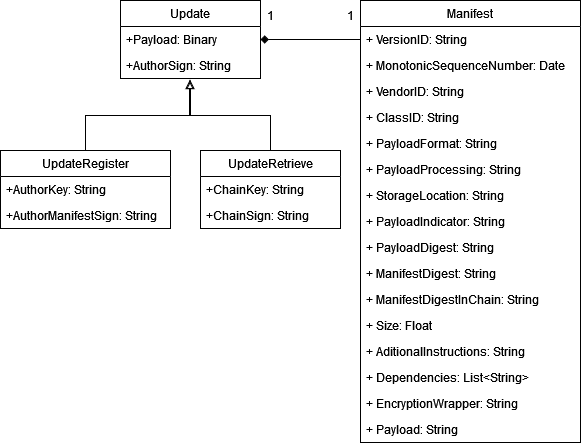
This is DataStructures/Update/Update.drawio.png from sfl0r3nz05/DistributedBchFWArchIoT, a draw.io export, as it was before one commit. Source tidied: cells renumbered, new cells last; positions are measured from the earlier drawing's top-left corner, leaving out a move shared by most shapes.
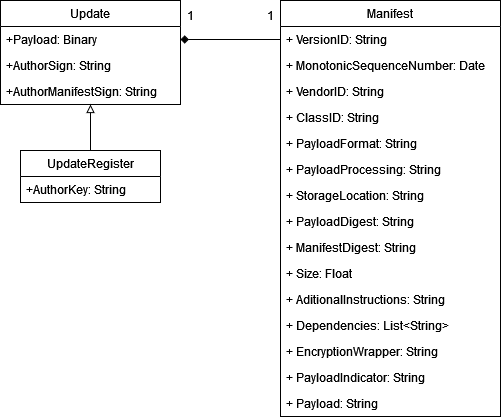
The same file after the commit.

What changed in the source:
```diff
@@ -3,7 +3,7 @@
     <mxCell id="0" />
     <mxCell id="1" parent="0" />
     <mxCell id="2" value="Manifest" style="swimlane;fontStyle=0;horizontal=1;startSize=26;fillColor=none;" parent="1" vertex="1">
-      <mxGeometry x="360" width="220" height="442" as="geometry" />
+      <mxGeometry x="360" width="220" height="416" as="geometry" />
     </mxCell>
     <mxCell id="3" value="+ VersionID: String" style="text;strokeColor=none;fillColor=none;align=left;verticalAlign=top;spacingLeft=4;spacingRight=4;overflow=hidden;points=[[0,0.5],[1,0.5]];portConstraint=eastwest;" parent="2" vertex="1">
       <mxGeometry y="26" width="220" height="26" as="geometry" />
@@ -26,42 +26,42 @@
     <mxCell id="9" value="+ StorageLocation: String" style="text;strokeColor=none;fillColor=none;align=left;verticalAlign=top;spacingLeft=4;spacingRight=4;overflow=hidden;" parent="2" vertex="1">
       <mxGeometry y="182" width="220" height="26" as="geometry" />
     </mxCell>
-    <mxCell id="10" value="+ PayloadIndicator: String" style="text;strokeColor=none;fillColor=none;align=left;verticalAlign=top;spacingLeft=4;spacingRight=4;overflow=hidden;" parent="2" vertex="1">
-      <mxGeometry y="208" width="220" height="26" as="geometry" />
-    </mxCell>
     <mxCell id="11" value="+ PayloadDigest: String" style="text;strokeColor=none;fillColor=none;align=left;verticalAlign=top;spacingLeft=4;spacingRight=4;overflow=hidden;" parent="2" vertex="1">
-      <mxGeometry y="234" width="220" height="26" as="geometry" />
+      <mxGeometry y="208" width="220" height="26" as="geometry" />
     </mxCell>
     <mxCell id="12" value="+ ManifestDigest: String" style="text;strokeColor=none;fillColor=none;align=left;verticalAlign=top;spacingLeft=4;spacingRight=4;overflow=hidden;" parent="2" vertex="1">
-      <mxGeometry y="260" width="220" height="26" as="geometry" />
+      <mxGeometry y="234" width="220" height="26" as="geometry" />
     </mxCell>
-    <mxCell id="13" value="+ ManifestDigestInChain: String" style="text;strokeColor=none;fillColor=none;align=left;verticalAlign=top;spacingLeft=4;spacingRight=4;overflow=hidden;" parent="2" vertex="1">
-      <mxGeometry y="286" width="220" height="26" as="geometry" />
-    </mxCell>
     <mxCell id="14" value="+ Size: Float" style="text;strokeColor=none;fillColor=none;align=left;verticalAlign=top;spacingLeft=4;spacingRight=4;overflow=hidden;" parent="2" vertex="1">
-      <mxGeometry y="312" width="220" height="26" as="geometry" />
+      <mxGeometry y="260" width="220" height="26" as="geometry" />
     </mxCell>
     <mxCell id="15" value="+ AditionalInstructions: String" style="text;strokeColor=none;fillColor=none;align=left;verticalAlign=top;spacingLeft=4;spacingRight=4;overflow=hidden;" parent="2" vertex="1">
-      <mxGeometry y="338" width="220" height="26" as="geometry" />
+      <mxGeometry y="286" width="220" height="26" as="geometry" />
     </mxCell>
     <mxCell id="16" value="+ Dependencies: List&lt;String&gt;" style="text;strokeColor=none;fillColor=none;align=left;verticalAlign=top;spacingLeft=4;spacingRight=4;overflow=hidden;" parent="2" vertex="1">
-      <mxGeometry y="364" width="220" height="26" as="geometry" />
+      <mxGeometry y="312" width="220" height="26" as="geometry" />
     </mxCell>
     <mxCell id="17" value="+ EncryptionWrapper: String" style="text;strokeColor=none;fillColor=none;align=left;verticalAlign=top;spacingLeft=4;spacingRight=4;overflow=hidden;" parent="2" vertex="1">
-      <mxGeometry y="390" width="220" height="26" as="geometry" />
+      <mxGeometry y="338" width="220" height="26" as="geometry" />
     </mxCell>
+    <mxCell id="10" value="+ PayloadIndicator: String" style="text;strokeColor=none;fillColor=none;align=left;verticalAlign=top;spacingLeft=4;spacingRight=4;overflow=hidden;" parent="2" vertex="1">
+      <mxGeometry y="364" width="220" height="26" as="geometry" />
+    </mxCell>
     <mxCell id="18" value="+ Payload: String" style="text;strokeColor=none;fillColor=none;align=left;verticalAlign=top;spacingLeft=4;spacingRight=4;overflow=hidden;" parent="2" vertex="1">
-      <mxGeometry y="416" width="220" height="26" as="geometry" />
+      <mxGeometry y="390" width="220" height="26" as="geometry" />
     </mxCell>
     <mxCell id="19" value="Update" style="swimlane;fontStyle=0;horizontal=1;startSize=26;fillColor=none;" parent="1" vertex="1">
-      <mxGeometry x="120" width="140" height="78" as="geometry" />
+      <mxGeometry x="80" width="180" height="104" as="geometry" />
     </mxCell>
     <mxCell id="20" value="+Payload: Binary" style="text;strokeColor=none;fillColor=none;align=left;verticalAlign=top;spacingLeft=4;spacingRight=4;overflow=hidden;points=[[0,0.5],[1,0.5]];portConstraint=eastwest;" parent="19" vertex="1">
-      <mxGeometry y="26" width="140" height="26" as="geometry" />
+      <mxGeometry y="26" width="180" height="26" as="geometry" />
     </mxCell>
     <mxCell id="21" value="+AuthorSign: String" style="text;strokeColor=none;fillColor=none;align=left;verticalAlign=top;spacingLeft=4;spacingRight=4;overflow=hidden;" parent="19" vertex="1">
-      <mxGeometry y="52" width="140" height="26" as="geometry" />
+      <mxGeometry y="52" width="180" height="26" as="geometry" />
     </mxCell>
+    <mxCell id="28" value="+AuthorManifestSign: String" style="text;strokeColor=none;fillColor=none;align=left;verticalAlign=top;spacingLeft=4;spacingRight=4;overflow=hidden;" parent="19" vertex="1">
+      <mxGeometry y="78" width="180" height="26" as="geometry" />
+    </mxCell>
     <mxCell id="22" style="edgeStyle=orthogonalEdgeStyle;rounded=0;jettySize=auto;html=1;exitX=0;exitY=0.5;exitDx=0;exitDy=0;entryX=1;entryY=0.5;entryDx=0;entryDy=0;endArrow=diamond;endFill=1;" parent="1" edge="1" source="3" target="20">
       <mxGeometry relative="1" as="geometry" />
     </mxCell>
@@ -71,33 +71,14 @@
     <mxCell id="24" value="1" style="text;html=1;strokeColor=none;fillColor=none;align=center;verticalAlign=middle;whiteSpace=wrap;rounded=0;" parent="1" vertex="1">
       <mxGeometry x="330" width="40" height="30" as="geometry" />
     </mxCell>
-    <mxCell id="25" style="edgeStyle=orthogonalEdgeStyle;rounded=0;jettySize=auto;html=1;exitX=0.5;exitY=0;exitDx=0;exitDy=0;endArrow=block;endFill=0;" parent="1" edge="1" source="26">
-      <mxGeometry relative="1" as="geometry">
-        <mxPoint x="189" y="80" as="targetPoint" />
-      </mxGeometry>
+    <mxCell id="25" style="edgeStyle=orthogonalEdgeStyle;rounded=0;jettySize=auto;html=1;exitX=0.5;exitY=0;exitDx=0;exitDy=0;endArrow=block;endFill=0;entryX=0.5;entryY=1;entryDx=0;entryDy=0;" parent="1" edge="1" source="26" target="19">
+      <mxGeometry relative="1" as="geometry" />
     </mxCell>
     <mxCell id="26" value="UpdateRegister" style="swimlane;fontStyle=0;horizontal=1;startSize=26;fillColor=none;" parent="1" vertex="1">
-      <mxGeometry y="150" width="170" height="78" as="geometry" />
+      <mxGeometry x="100" y="150" width="140" height="52" as="geometry" />
     </mxCell>
     <mxCell id="27" value="+AuthorKey: String" style="text;strokeColor=none;fillColor=none;align=left;verticalAlign=top;spacingLeft=4;spacingRight=4;overflow=hidden;" parent="26" vertex="1">
-      <mxGeometry y="26" width="170" height="26" as="geometry" />
+      <mxGeometry y="26" width="140" height="26" as="geometry" />
     </mxCell>
-    <mxCell id="28" value="+AuthorManifestSign: String" style="text;strokeColor=none;fillColor=none;align=left;verticalAlign=top;spacingLeft=4;spacingRight=4;overflow=hidden;" parent="26" vertex="1">
-      <mxGeometry y="52" width="170" height="26" as="geometry" />
-    </mxCell>
-    <mxCell id="29" style="edgeStyle=orthogonalEdgeStyle;rounded=0;jettySize=auto;html=1;exitX=0.5;exitY=0;exitDx=0;exitDy=0;endArrow=block;endFill=0;" parent="1" edge="1" source="30">
-      <mxGeometry relative="1" as="geometry">
-        <mxPoint x="190" y="80" as="targetPoint" />
-      </mxGeometry>
-    </mxCell>
-    <mxCell id="30" value="UpdateRetrieve" style="swimlane;fontStyle=0;horizontal=1;startSize=26;fillColor=none;" parent="1" vertex="1">
-      <mxGeometry x="200" y="150" width="140" height="78" as="geometry" />
-    </mxCell>
-    <mxCell id="31" value="+ChainKey: String" style="text;strokeColor=none;fillColor=none;align=left;verticalAlign=top;spacingLeft=4;spacingRight=4;overflow=hidden;" parent="30" vertex="1">
-      <mxGeometry y="26" width="140" height="26" as="geometry" />
-    </mxCell>
-    <mxCell id="32" value="+ChainSign: String" style="text;strokeColor=none;fillColor=none;align=left;verticalAlign=top;spacingLeft=4;spacingRight=4;overflow=hidden;" parent="30" vertex="1">
-      <mxGeometry y="52" width="140" height="26" as="geometry" />
-    </mxCell>
   </root>
 </mxGraphModel>
```
